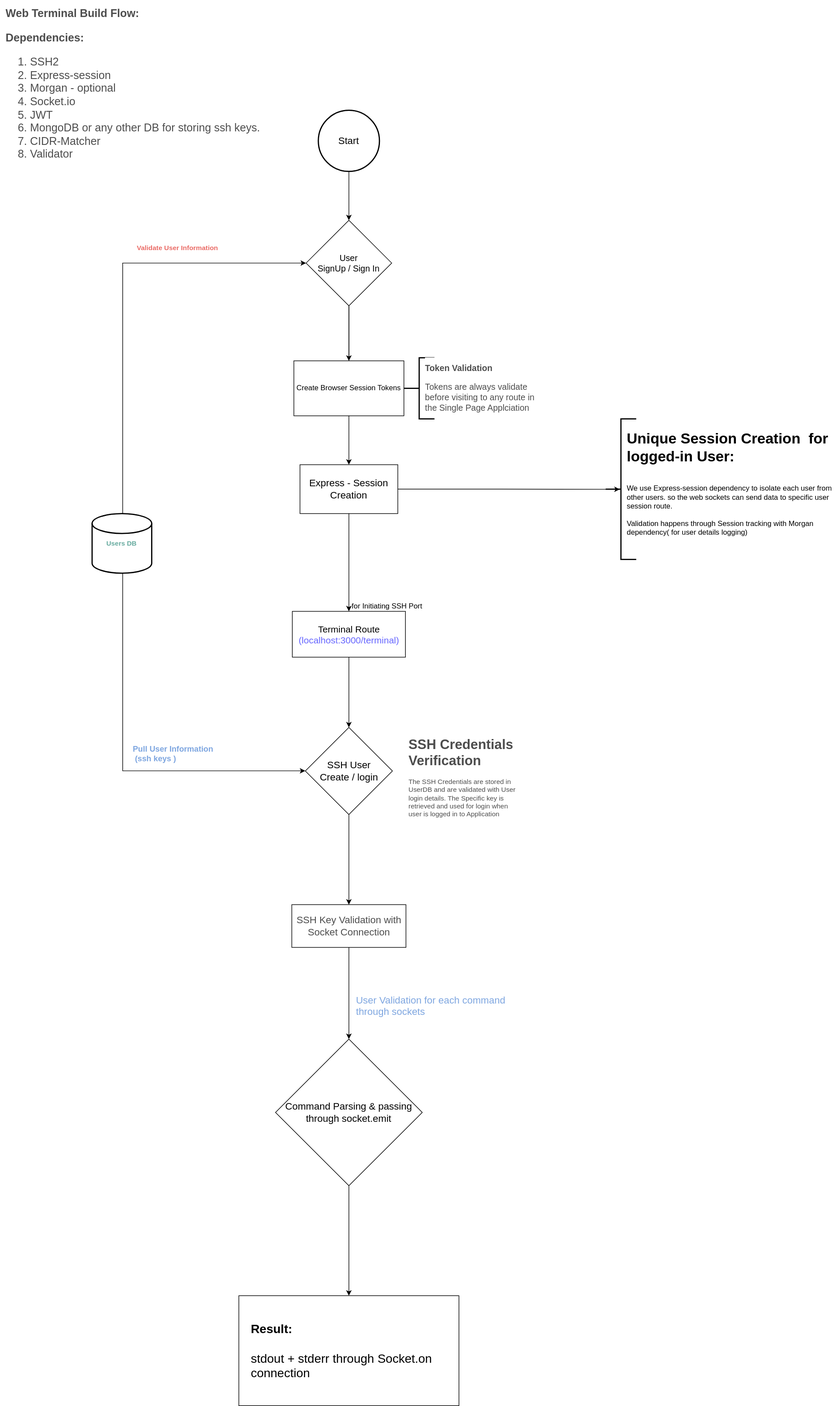
This is web_Terminal_Integration.drawio.svg from belanasaikiran/FlowCharts, a draw.io export, as it was before one commit. Source tidied: cells renumbered, new cells last; positions are measured from the earlier drawing's top-left corner, leaving out a move shared by most shapes.
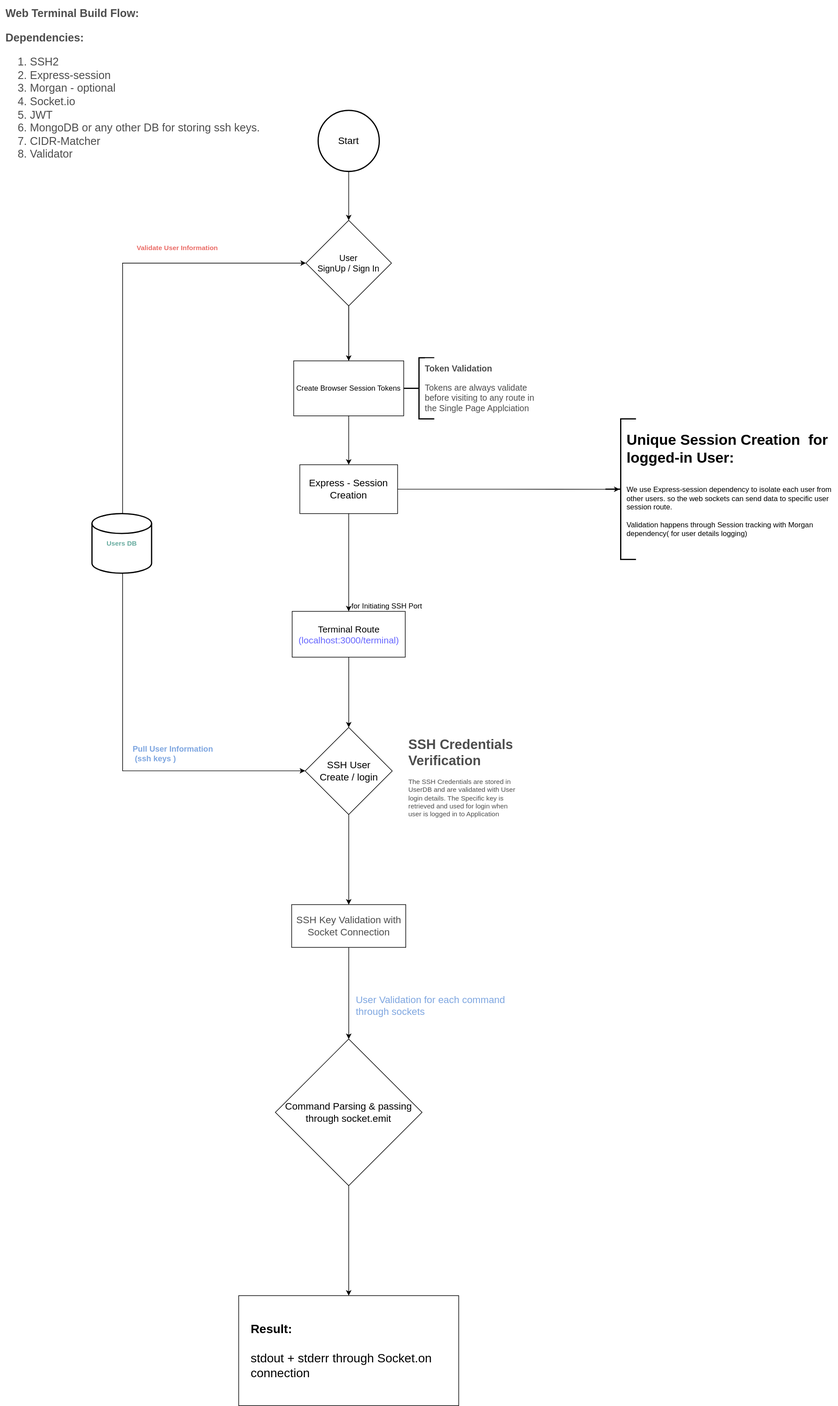
Above is the later version.

The edit, as a diff of the source:
```diff
@@ -24,7 +24,7 @@
       <mxGeometry x="570" y="970" width="140" height="20" as="geometry" />
     </mxCell>
     <mxCell id="9" value="&lt;h1&gt;Unique Session Creation&amp;nbsp; for logged-in User:&lt;/h1&gt;&lt;div&gt;&lt;br&gt;&lt;/div&gt;&lt;div&gt;We use Express-session dependency to isolate each user from other users. so the web sockets can send data to specific user session route.&lt;/div&gt;&lt;div&gt;&lt;br&gt;&lt;/div&gt;&lt;div&gt;Validation happens through Session tracking with Morgan dependency( for user details logging)&lt;/div&gt;&lt;div&gt;&lt;br&gt;&lt;/div&gt;&lt;p&gt;&lt;br&gt;&lt;/p&gt;" style="text;html=1;strokeColor=none;fillColor=none;spacing=5;spacingTop=-20;whiteSpace=wrap;overflow=hidden;rounded=0;labelBackgroundColor=default;" parent="1" vertex="1">
-      <mxGeometry x="1020" y="687.5" width="350" height="225" as="geometry" />
+      <mxGeometry x="1020" y="690" width="350" height="200" as="geometry" />
     </mxCell>
     <mxCell id="10" style="edgeStyle=orthogonalEdgeStyle;rounded=0;jettySize=auto;html=1;entryX=0.5;entryY=0;entryDx=0;entryDy=0;" parent="1" edge="1" source="11" target="7">
       <mxGeometry relative="1" as="geometry" />
@@ -80,8 +80,8 @@
     <mxCell id="24" style="strokeWidth=2;html=1;shape=mxgraph.flowchart.annotation_2;align=left;labelPosition=right;labelBackgroundColor=none;labelBorderColor=none;fontSize=9;fontColor=#7EA6E0;fillColor=default;" parent="1" vertex="1">
       <mxGeometry x="660" y="575" width="50" height="100" as="geometry" />
     </mxCell>
-    <mxCell id="25" value="&lt;h1 style=&quot;font-size: 14px;&quot;&gt;&lt;font style=&quot;font-size: 14px;&quot; color=&quot;#4d4d4d&quot;&gt;Token Validation&lt;/font&gt;&lt;/h1&gt;&lt;p style=&quot;font-size: 14px;&quot;&gt;&lt;font style=&quot;font-size: 14px;&quot; color=&quot;#4d4d4d&quot;&gt;Tokens are always validate before visiting to any route in the Single Page Applciation&lt;/font&gt;&lt;/p&gt;" style="text;html=1;strokeColor=none;fillColor=none;spacing=5;spacingTop=-20;whiteSpace=wrap;overflow=hidden;rounded=0;labelBackgroundColor=default;labelBorderColor=none;fontSize=9;fontColor=#7EA6E0;" parent="1" vertex="1">
-      <mxGeometry x="690" y="585" width="190" height="80" as="geometry" />
+    <mxCell id="25" value="&lt;h1 style=&quot;font-size: 14px;&quot;&gt;&lt;font style=&quot;font-size: 14px;&quot; color=&quot;#4d4d4d&quot;&gt;Token Validation&lt;/font&gt;&lt;/h1&gt;&lt;p style=&quot;font-size: 14px;&quot;&gt;&lt;font style=&quot;font-size: 14px;&quot; color=&quot;#4d4d4d&quot;&gt;Tokens are always validate before visiting to any route in the Single Page Applciation&lt;/font&gt;&lt;/p&gt;" style="text;html=1;strokeColor=none;fillColor=none;spacing=5;spacingTop=-14;whiteSpace=wrap;overflow=hidden;rounded=0;labelBackgroundColor=default;labelBorderColor=none;fontSize=9;fontColor=#7EA6E0;" parent="1" vertex="1">
+      <mxGeometry x="690" y="580" width="190" height="90" as="geometry" />
     </mxCell>
     <mxCell id="26" value="&lt;h1&gt;SSH Credentials Verification&lt;/h1&gt;&lt;p&gt;The SSH Credentials are stored in UserDB and are validated with User login details. The Specific key is retrieved and used for login when user is logged in to Application&lt;/p&gt;" style="text;html=1;strokeColor=none;fillColor=none;spacing=5;spacingTop=-20;whiteSpace=wrap;overflow=hidden;rounded=0;labelBackgroundColor=default;labelBorderColor=none;fontSize=11;fontColor=#4D4D4D;" parent="1" vertex="1">
       <mxGeometry x="662.5" y="1191.2" width="190" height="158.8" as="geometry" />
```
